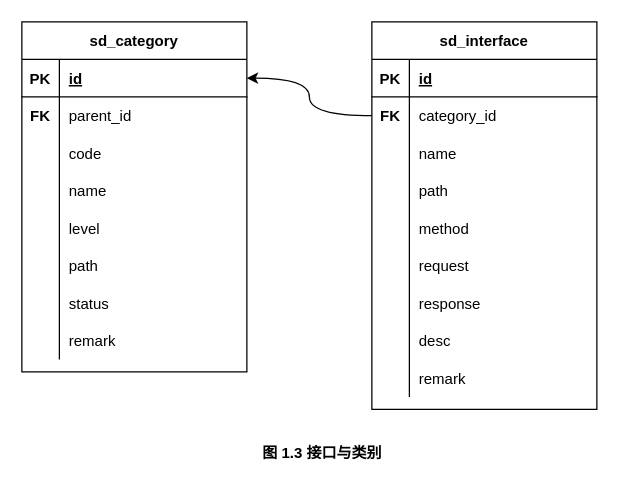
ab-doc/draw.io keeps this draw.io diagram as page "20220929141253" (2 of 11) of src/work/wyjz/service_directory/db_design_20220930.drawio. Above is the earlier version. Source tidied: cells renumbered, new cells numbered last; positions are measured from the earlier drawing's top-left corner, leaving out a move shared by most shapes. Both pictures are drawn from the tidied source at 125%, with x=0, y=0 at pixel (21, 21).
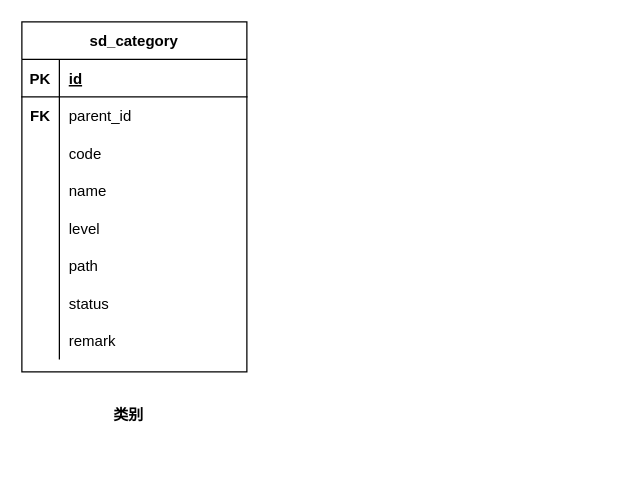
After the change.

Unchanged cells that the change refers to:
```xml
<mxCell id="3" style="shape=tableRow;horizontal=0;startSize=0;swimlaneHead=0;swimlaneBody=0;fillColor=none;points=[[0,0.5],[1,0.5]];portConstraint=eastwest;top=0;left=0;right=0;bottom=1;" parent="2" vertex="1">
  <mxGeometry y="30" width="180" height="30" as="geometry" />
</mxCell>
```

The edit, as a diff of the source:
```diff
@@
-    <mxCell id="27" value="&lt;b&gt;图 1.3 接口与类别&lt;/b&gt;" style="text;html=1;align=center;verticalAlign=middle;strokeColor=none;fillColor=none;" parent="1" vertex="1">
-      <mxGeometry x="180" y="330" width="120" height="30" as="geometry" />
+    <mxCell id="27" value="&lt;b&gt;类别&lt;/b&gt;" style="text;html=1;align=center;verticalAlign=middle;strokeColor=none;fillColor=none;" parent="1" vertex="1">
+      <mxGeometry x="60" y="300" width="50" height="30" as="geometry" />
     </mxCell>
-    <mxCell id="28" style="edgeStyle=orthogonalEdgeStyle;rounded=0;jettySize=auto;html=1;startArrow=none;startFill=0;endArrow=classic;endFill=1;entryX=1;entryY=0.5;entryDx=0;entryDy=0;curved=1;exitX=0;exitY=0.5;exitDx=0;exitDy=0;" parent="1" edge="1" source="33" target="3">
-      <mxGeometry relative="1" as="geometry" />
-    </mxCell>
-    <mxCell id="29" value="sd_interface" style="shape=table;startSize=30;childLayout=tableLayout;rowLines=0;fontStyle=1;align=center;" parent="1" vertex="1">
-      <mxGeometry x="280" width="180" height="310" as="geometry" />
-    </mxCell>
-    <mxCell id="30" style="shape=tableRow;horizontal=0;startSize=0;swimlaneHead=0;swimlaneBody=0;fillColor=none;top=0;left=0;right=0;bottom=1;" parent="29" vertex="1">
-      <mxGeometry y="30" width="180" height="30" as="geometry" />
-    </mxCell>
-    <mxCell id="31" value="PK" style="shape=partialRectangle;fillColor=none;top=0;left=0;bottom=0;right=0;fontStyle=1;overflow=hidden;" parent="30" vertex="1">
-      <mxGeometry width="30" height="30" as="geometry" />
-    </mxCell>
-    <mxCell id="32" value="id" style="shape=partialRectangle;fillColor=none;top=0;left=0;bottom=0;right=0;align=left;spacingLeft=6;fontStyle=5;overflow=hidden;" parent="30" vertex="1">
-      <mxGeometry x="30" width="150" height="30" as="geometry" />
-    </mxCell>
-    <mxCell id="33" style="shape=tableRow;horizontal=0;startSize=0;swimlaneHead=0;swimlaneBody=0;fillColor=none;points=[[0,0.5],[1,0.5]];portConstraint=eastwest;top=0;left=0;right=0;bottom=0;" parent="29" vertex="1">
-      <mxGeometry y="60" width="180" height="30" as="geometry" />
-    </mxCell>
-    <mxCell id="34" value="FK" style="shape=partialRectangle;fillColor=none;top=0;left=0;bottom=0;right=0;overflow=hidden;fontStyle=1;" parent="33" vertex="1">
-      <mxGeometry width="30" height="30" as="geometry" />
-    </mxCell>
-    <mxCell id="35" value="category_id" style="shape=partialRectangle;fillColor=none;top=0;left=0;bottom=0;right=0;align=left;spacingLeft=6;overflow=hidden;" parent="33" vertex="1">
-      <mxGeometry x="30" width="150" height="30" as="geometry" />
-    </mxCell>
-    <mxCell id="36" style="shape=tableRow;horizontal=0;startSize=0;swimlaneHead=0;swimlaneBody=0;fillColor=none;top=0;left=0;right=0;bottom=0;" parent="29" vertex="1">
-      <mxGeometry y="90" width="180" height="30" as="geometry" />
-    </mxCell>
-    <mxCell id="37" style="shape=partialRectangle;fillColor=none;top=0;left=0;bottom=0;right=0;overflow=hidden;" parent="36" vertex="1">
-      <mxGeometry width="30" height="30" as="geometry" />
-    </mxCell>
-    <mxCell id="38" value="name" style="shape=partialRectangle;fillColor=none;top=0;left=0;bottom=0;right=0;align=left;spacingLeft=6;overflow=hidden;" parent="36" vertex="1">
-      <mxGeometry x="30" width="150" height="30" as="geometry" />
-    </mxCell>
-    <mxCell id="39" style="shape=tableRow;horizontal=0;startSize=0;swimlaneHead=0;swimlaneBody=0;fillColor=none;top=0;left=0;right=0;bottom=0;" parent="29" vertex="1">
-      <mxGeometry y="120" width="180" height="30" as="geometry" />
-    </mxCell>
-    <mxCell id="40" style="shape=partialRectangle;fillColor=none;top=0;left=0;bottom=0;right=0;overflow=hidden;" parent="39" vertex="1">
-      <mxGeometry width="30" height="30" as="geometry" />
-    </mxCell>
-    <mxCell id="41" value="path" style="shape=partialRectangle;fillColor=none;top=0;left=0;bottom=0;right=0;align=left;spacingLeft=6;overflow=hidden;" parent="39" vertex="1">
-      <mxGeometry x="30" width="150" height="30" as="geometry" />
-    </mxCell>
-    <mxCell id="42" style="shape=tableRow;horizontal=0;startSize=0;swimlaneHead=0;swimlaneBody=0;fillColor=none;top=0;left=0;right=0;bottom=0;" parent="29" vertex="1">
-      <mxGeometry y="150" width="180" height="30" as="geometry" />
-    </mxCell>
-    <mxCell id="43" style="shape=partialRectangle;fillColor=none;top=0;left=0;bottom=0;right=0;overflow=hidden;" parent="42" vertex="1">
-      <mxGeometry width="30" height="30" as="geometry" />
-    </mxCell>
-    <mxCell id="44" value="method" style="shape=partialRectangle;fillColor=none;top=0;left=0;bottom=0;right=0;align=left;spacingLeft=6;overflow=hidden;" parent="42" vertex="1">
-      <mxGeometry x="30" width="150" height="30" as="geometry" />
-    </mxCell>
-    <mxCell id="45" style="shape=tableRow;horizontal=0;startSize=0;swimlaneHead=0;swimlaneBody=0;fillColor=none;top=0;left=0;right=0;bottom=0;" parent="29" vertex="1">
-      <mxGeometry y="180" width="180" height="30" as="geometry" />
-    </mxCell>
-    <mxCell id="46" style="shape=partialRectangle;fillColor=none;top=0;left=0;bottom=0;right=0;overflow=hidden;" parent="45" vertex="1">
-      <mxGeometry width="30" height="30" as="geometry" />
-    </mxCell>
-    <mxCell id="47" value="request" style="shape=partialRectangle;fillColor=none;top=0;left=0;bottom=0;right=0;align=left;spacingLeft=6;overflow=hidden;" parent="45" vertex="1">
-      <mxGeometry x="30" width="150" height="30" as="geometry" />
-    </mxCell>
-    <mxCell id="48" style="shape=tableRow;horizontal=0;startSize=0;swimlaneHead=0;swimlaneBody=0;fillColor=none;top=0;left=0;right=0;bottom=0;" parent="29" vertex="1">
-      <mxGeometry y="210" width="180" height="30" as="geometry" />
-    </mxCell>
-    <mxCell id="49" style="shape=partialRectangle;fillColor=none;top=0;left=0;bottom=0;right=0;overflow=hidden;" parent="48" vertex="1">
-      <mxGeometry width="30" height="30" as="geometry" />
-    </mxCell>
-    <mxCell id="50" value="response" style="shape=partialRectangle;fillColor=none;top=0;left=0;bottom=0;right=0;align=left;spacingLeft=6;overflow=hidden;" parent="48" vertex="1">
-      <mxGeometry x="30" width="150" height="30" as="geometry" />
-    </mxCell>
-    <mxCell id="51" style="shape=tableRow;horizontal=0;startSize=0;swimlaneHead=0;swimlaneBody=0;fillColor=none;top=0;left=0;right=0;bottom=0;" parent="29" vertex="1">
-      <mxGeometry y="240" width="180" height="30" as="geometry" />
-    </mxCell>
-    <mxCell id="52" style="shape=partialRectangle;fillColor=none;top=0;left=0;bottom=0;right=0;overflow=hidden;" parent="51" vertex="1">
-      <mxGeometry width="30" height="30" as="geometry" />
-    </mxCell>
-    <mxCell id="53" value="desc" style="shape=partialRectangle;fillColor=none;top=0;left=0;bottom=0;right=0;align=left;spacingLeft=6;overflow=hidden;" parent="51" vertex="1">
-      <mxGeometry x="30" width="150" height="30" as="geometry" />
-    </mxCell>
-    <mxCell id="54" style="shape=tableRow;horizontal=0;startSize=0;swimlaneHead=0;swimlaneBody=0;fillColor=none;top=0;left=0;right=0;bottom=0;" parent="29" vertex="1">
-      <mxGeometry y="270" width="180" height="30" as="geometry" />
-    </mxCell>
-    <mxCell id="55" style="shape=partialRectangle;fillColor=none;top=0;left=0;bottom=0;right=0;overflow=hidden;" parent="54" vertex="1">
-      <mxGeometry width="30" height="30" as="geometry" />
-    </mxCell>
-    <mxCell id="56" value="remark" style="shape=partialRectangle;fillColor=none;top=0;left=0;bottom=0;right=0;align=left;spacingLeft=6;overflow=hidden;" parent="54" vertex="1">
-      <mxGeometry x="30" width="150" height="30" as="geometry" />
-    </mxCell>
```
